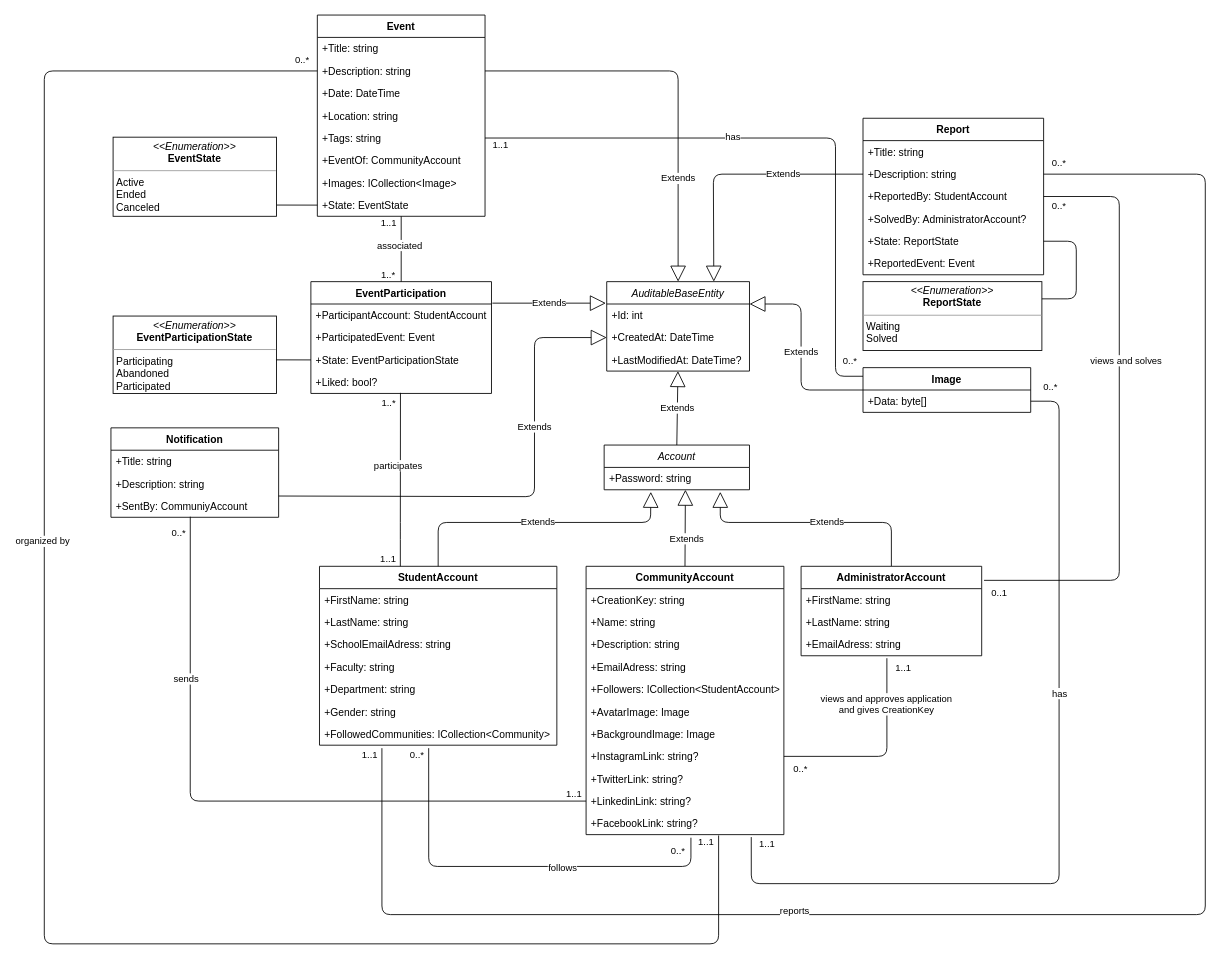
Before: class_diagram_section/class_diagram.drawio in MustafaKANLI/BildirWebPublic, a draw.io diagram. Source tidied: cells renumbered, new cells numbered last; positions are measured from the earlier drawing's top-left corner, leaving out a move shared by most shapes. Both pictures are drawn from the tidied source at 86%, with x=0, y=0 at pixel (44, 15).
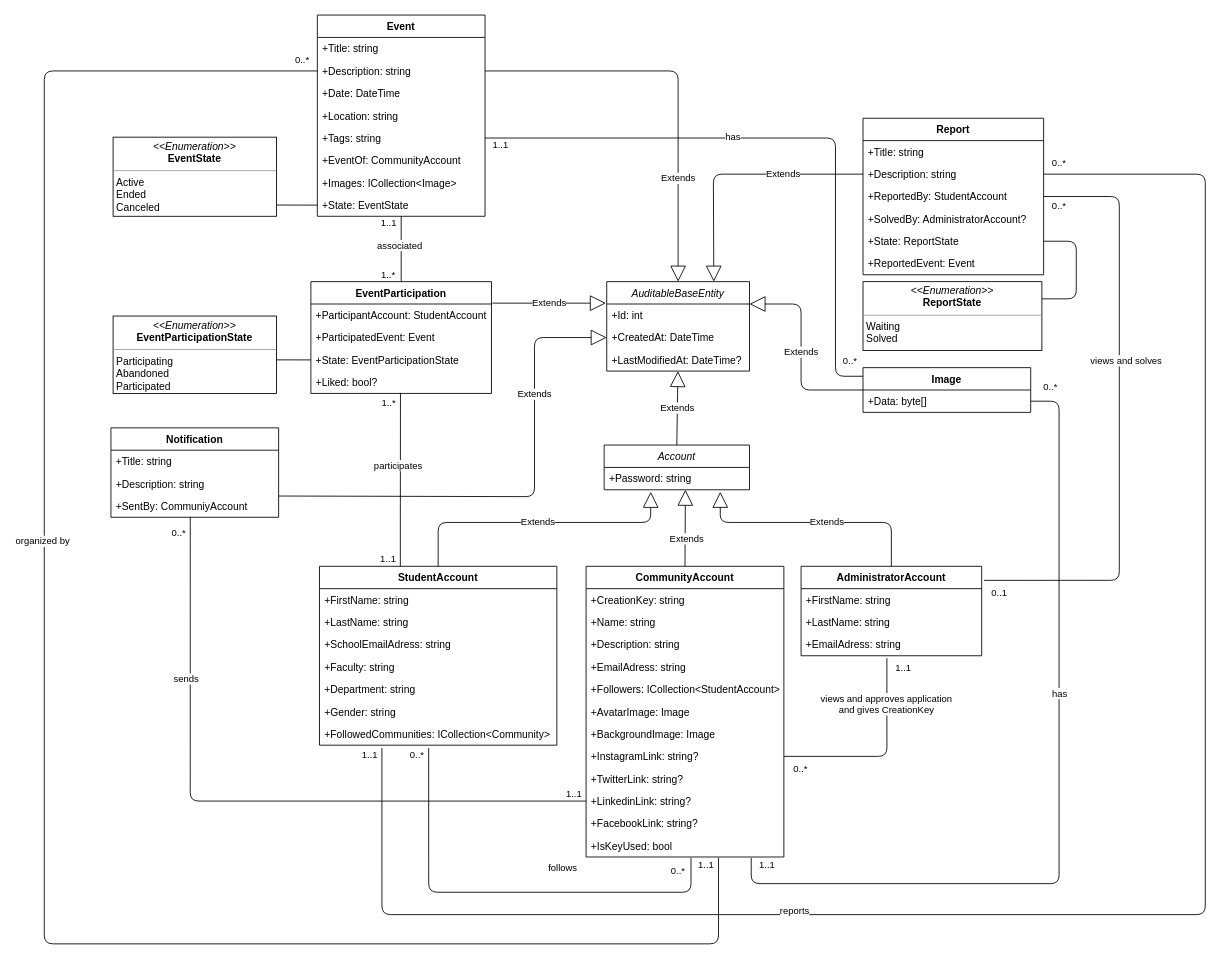
The same diagram, later.

Commit message (it also covers changes not shown here):
CommunityAccount updated: IsKeyUsed property added

Unchanged cells that the change refers to:
```xml
<mxCell id="4" value="+CreatedAt: DateTime" style="text;align=left;verticalAlign=top;spacingLeft=4;spacingRight=4;overflow=hidden;points=[[0,0.5],[1,0.5]];portConstraint=eastwest;rounded=0;shadow=0;html=0;" parent="2" vertex="1">
  <mxGeometry y="52" width="166" height="26" as="geometry" />
</mxCell>
<mxCell id="16" value="+FollowedCommunities: ICollection&lt;Community&gt;" style="text;strokeColor=none;fillColor=none;align=left;verticalAlign=top;spacingLeft=4;spacingRight=4;overflow=hidden;points=[[0,0.5],[1,0.5]];portConstraint=eastwest;" parent="9" vertex="1">
  <mxGeometry y="182" width="276" height="26" as="geometry" />
</mxCell>
<mxCell id="36" value="+FacebookLink: string?" style="text;strokeColor=none;fillColor=none;align=left;verticalAlign=top;spacingLeft=4;spacingRight=4;overflow=hidden;points=[[0,0.5],[1,0.5]];portConstraint=eastwest;" parent="25" vertex="1">
  <mxGeometry y="286" width="230" height="26" as="geometry" />
</mxCell>
<mxCell id="51" value="+Data: byte[]" style="text;strokeColor=none;fillColor=none;align=left;verticalAlign=top;spacingLeft=4;spacingRight=4;overflow=hidden;points=[[0,0.5],[1,0.5]];portConstraint=eastwest;" parent="50" vertex="1">
  <mxGeometry y="26" width="195" height="26" as="geometry" />
</mxCell>
<mxCell id="58" value="+Description: string" style="text;strokeColor=none;fillColor=none;align=left;verticalAlign=top;spacingLeft=4;spacingRight=4;overflow=hidden;points=[[0,0.5],[1,0.5]];portConstraint=eastwest;" parent="56" vertex="1">
  <mxGeometry y="52" width="195" height="26" as="geometry" />
</mxCell>
<mxCell id="107" value="+Description: string" style="text;strokeColor=none;fillColor=none;align=left;verticalAlign=top;spacingLeft=4;spacingRight=4;overflow=hidden;points=[[0,0.5],[1,0.5]];portConstraint=eastwest;" parent="105" vertex="1">
  <mxGeometry y="52" width="195" height="26" as="geometry" />
</mxCell>
```

The edit, as a diff of the source:
```diff
@@
     <mxCell id="25" value="CommunityAccount" style="swimlane;fontStyle=1;align=center;verticalAlign=top;horizontal=1;startSize=26;" parent="1" vertex="1">
-      <mxGeometry x="630" y="641" width="230" height="312" as="geometry" />
+      <mxGeometry x="630" y="641" width="230" height="338" as="geometry" />
     </mxCell>
@@
+    <mxCell id="114" value="+IsKeyUsed: bool" style="text;strokeColor=none;fillColor=none;align=left;verticalAlign=top;spacingLeft=4;spacingRight=4;overflow=hidden;" parent="25" vertex="1">
+      <mxGeometry y="312" width="230" height="26" as="geometry" />
+    </mxCell>
@@
-    <mxCell id="70" style="endArrow=none;html=1;edgeStyle=orthogonalEdgeStyle;exitX=0.53;exitY=1.138;exitDx=0;exitDy=0;entryX=0.46;entryY=1.133;entryDx=0;entryDy=0;entryPerimeter=0;exitPerimeter=0;" parent="1" edge="1" source="36" target="16">
+    <mxCell id="70" style="endArrow=none;html=1;edgeStyle=orthogonalEdgeStyle;entryX=0.46;entryY=1.133;entryDx=0;entryDy=0;entryPerimeter=0;" parent="1" edge="1" target="16">
       <mxGeometry relative="1" as="geometry">
+        <mxPoint x="752" y="980" as="sourcePoint" />
         <Array as="points">
-          <mxPoint x="752" y="990" />
-          <mxPoint x="447" y="990" />
+          <mxPoint x="752" y="1020" />
+          <mxPoint x="447" y="1020" />
         </Array>
       </mxGeometry>
     </mxCell>
@@
-    <mxCell id="82" style="endArrow=none;html=1;edgeStyle=orthogonalEdgeStyle;exitX=0;exitY=0.5;exitDx=0;exitDy=0;entryX=0.67;entryY=1.037;entryDx=0;entryDy=0;entryPerimeter=0;" parent="1" edge="1" source="58" target="36">
+    <mxCell id="82" style="endArrow=none;html=1;edgeStyle=orthogonalEdgeStyle;exitX=0;exitY=0.5;exitDx=0;exitDy=0;" parent="1" edge="1" source="58">
       <mxGeometry relative="1" as="geometry">
+        <mxPoint x="784" y="980" as="targetPoint" />
         <Array as="points">
           <mxPoint y="65" />
           <mxPoint y="1080" />
           <mxPoint x="784" y="1080" />
         </Array>
       </mxGeometry>
     </mxCell>
@@
-    <mxCell id="90" style="endArrow=none;html=1;edgeStyle=orthogonalEdgeStyle;exitX=1;exitY=0.5;exitDx=0;exitDy=0;entryX=0.835;entryY=1.11;entryDx=0;entryDy=0;entryPerimeter=0;" parent="1" edge="1" source="51" target="36">
+    <mxCell id="90" style="endArrow=none;html=1;edgeStyle=orthogonalEdgeStyle;exitX=1;exitY=0.5;exitDx=0;exitDy=0;" parent="1" edge="1" source="51">
       <mxGeometry relative="1" as="geometry">
+        <mxPoint x="822" y="980" as="targetPoint" />
         <Array as="points">
           <mxPoint x="1180" y="449" />
           <mxPoint x="1180" y="1010" />
           <mxPoint x="822" y="1010" />
         </Array>
       </mxGeometry>
     </mxCell>
@@
     <mxCell id="109" value="Extends" style="endArrow=block;endSize=16;endFill=0;html=1;exitX=0.999;exitY=1.049;exitDx=0;exitDy=0;entryX=0;entryY=0.5;entryDx=0;entryDy=0;exitPerimeter=0;" parent="1" edge="1" source="107" target="4">
-      <mxGeometry x="0.05" y="80" relative="1" as="geometry">
+      <mxGeometry x="0.47" relative="1" as="geometry">
         <Array as="points">
           <mxPoint x="570" y="560" />
           <mxPoint x="570" y="375" />
         </Array>
-        <mxPoint x="80" y="-81" as="offset" />
       </mxGeometry>
     </mxCell>
```
